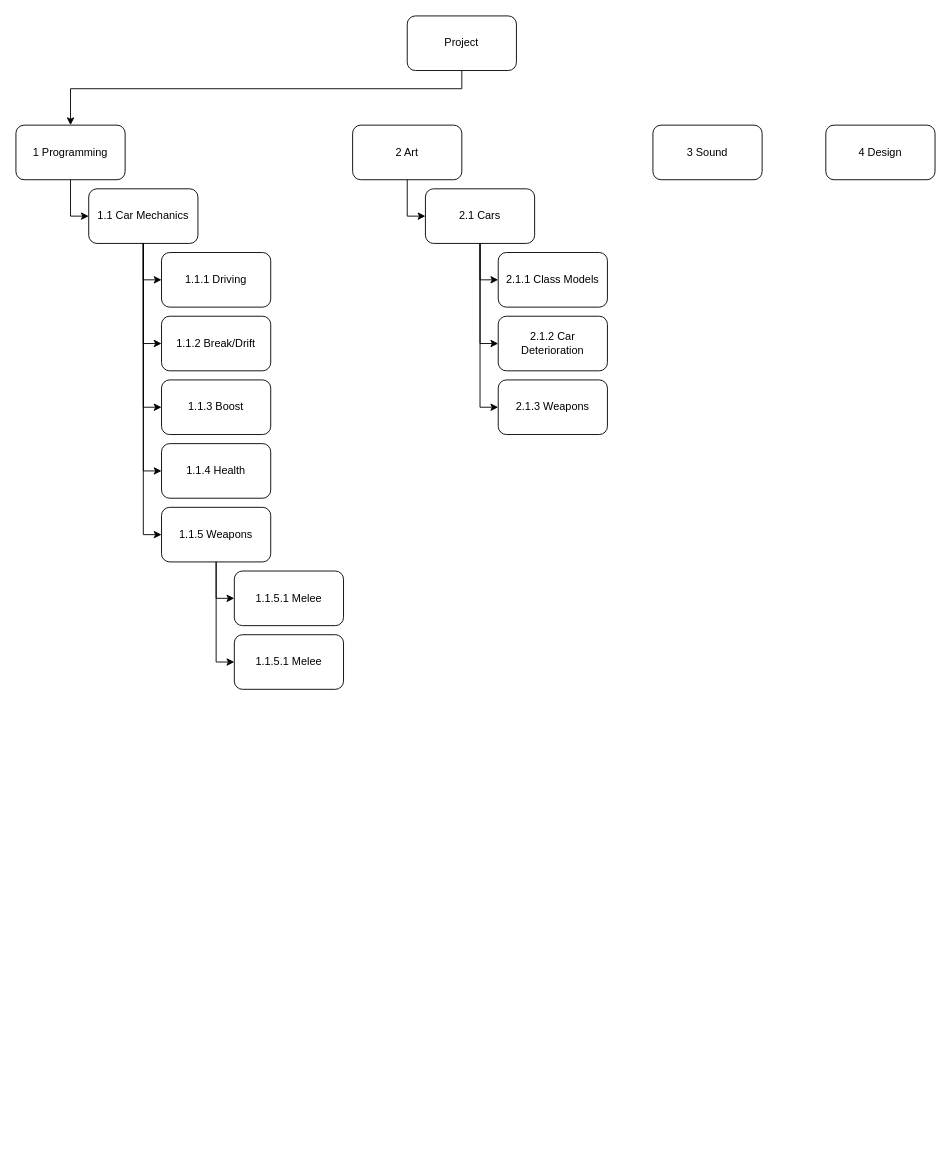
This is carprojWBS.drawio from Nat0T98/CarSurvivors, a draw.io file, before an edit. Source tidied: cells renumbered, new cells numbered last; positions are measured from the earlier drawing's top-left corner, leaving out a move shared by most shapes. Both pictures are drawn from the tidied source at 91%, with x=0, y=0 at pixel (15, 15).
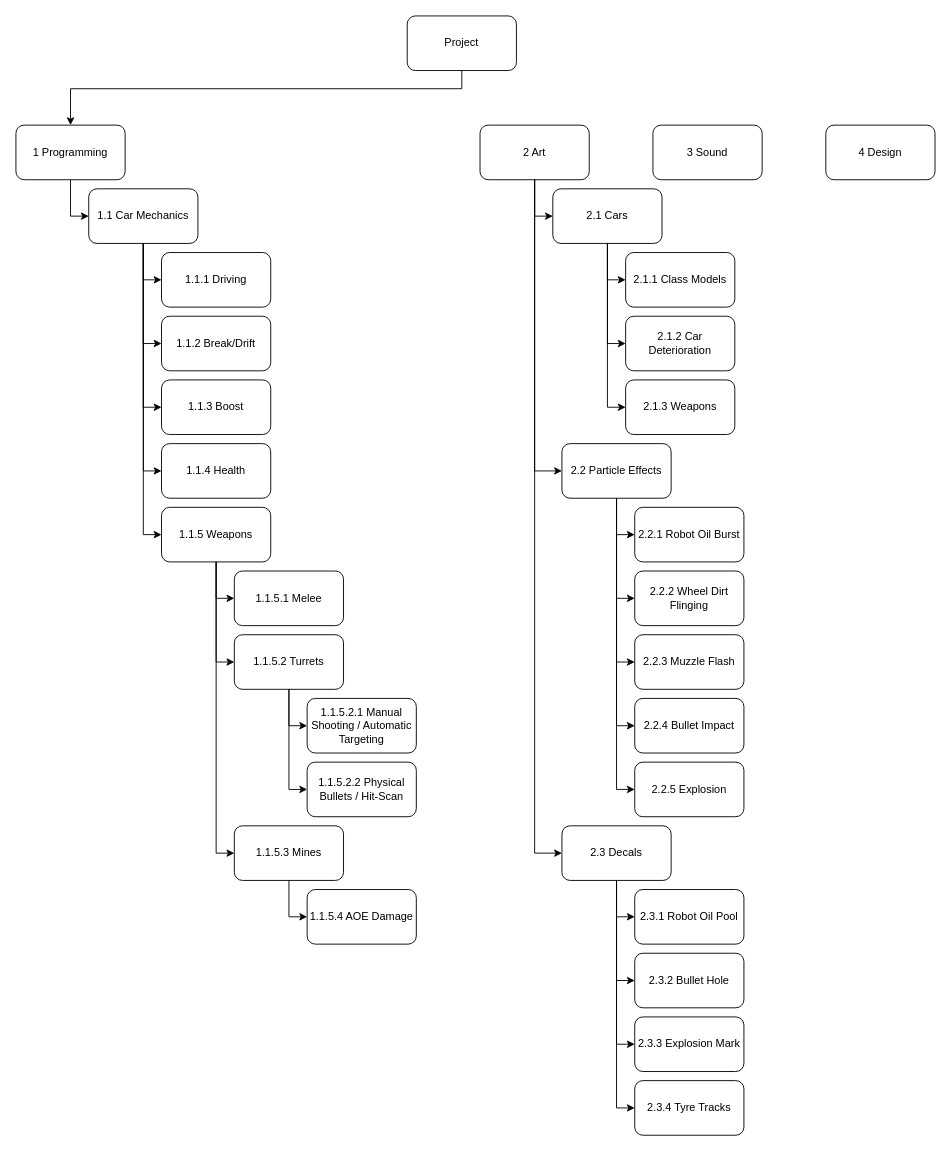
The same page after the edit.

The change refers to these unchanged cells:
```xml
<mxCell id="19" value="1.1.5 Weapons" style="rounded=1;whiteSpace=wrap;html=1;" parent="1" vertex="1">
  <mxGeometry x="160" y="540" width="120" height="60" as="geometry" />
</mxCell>
```

The edit, as a diff of the source:
```diff
@@
     <mxCell id="4" value="2 Art" style="rounded=1;whiteSpace=wrap;html=1;" parent="1" vertex="1">
-      <mxGeometry x="370" y="120" width="120" height="60" as="geometry" />
+      <mxGeometry x="510" y="120" width="120" height="60" as="geometry" />
     </mxCell>
@@
-    <mxCell id="23" value="1.1.5.1 Melee" style="rounded=1;whiteSpace=wrap;html=1;" parent="1" vertex="1">
+    <mxCell id="23" value="1.1.5.2 Turrets" style="rounded=1;whiteSpace=wrap;html=1;" parent="1" vertex="1">
       <mxGeometry x="240" y="680" width="120" height="60" as="geometry" />
     </mxCell>
@@
     <mxCell id="25" value="2.1 Cars" style="rounded=1;whiteSpace=wrap;html=1;" parent="1" vertex="1">
-      <mxGeometry x="450" y="190" width="120" height="60" as="geometry" />
+      <mxGeometry x="590" y="190" width="120" height="60" as="geometry" />
     </mxCell>
@@
     <mxCell id="27" value="2.1.1 Class Models" style="rounded=1;whiteSpace=wrap;html=1;" parent="1" vertex="1">
-      <mxGeometry x="530" y="260" width="120" height="60" as="geometry" />
+      <mxGeometry x="670" y="260" width="120" height="60" as="geometry" />
     </mxCell>
@@
     <mxCell id="29" value="2.1.2 Car Deterioration" style="rounded=1;whiteSpace=wrap;html=1;" parent="1" vertex="1">
-      <mxGeometry x="530" y="330" width="120" height="60" as="geometry" />
+      <mxGeometry x="670" y="330" width="120" height="60" as="geometry" />
     </mxCell>
@@
     <mxCell id="31" value="2.1.3 Weapons" style="rounded=1;whiteSpace=wrap;html=1;" parent="1" vertex="1">
-      <mxGeometry x="530" y="400" width="120" height="60" as="geometry" />
+      <mxGeometry x="670" y="400" width="120" height="60" as="geometry" />
     </mxCell>
+    <mxCell id="32" style="edgeStyle=orthogonalEdgeStyle;rounded=0;jettySize=auto;html=1;entryX=0;entryY=0.5;entryDx=0;entryDy=0;exitX=0.5;exitY=1;exitDx=0;exitDy=0;" parent="1" edge="1" source="23" target="33">
+      <mxGeometry relative="1" as="geometry" />
+    </mxCell>
+    <mxCell id="33" value="1.1.5.2.1 Manual Shooting / Automatic Targeting" style="rounded=1;whiteSpace=wrap;html=1;" parent="1" vertex="1">
+      <mxGeometry x="320" y="750" width="120" height="60" as="geometry" />
+    </mxCell>
+    <mxCell id="34" style="edgeStyle=orthogonalEdgeStyle;rounded=0;jettySize=auto;html=1;entryX=0;entryY=0.5;entryDx=0;entryDy=0;exitX=0.5;exitY=1;exitDx=0;exitDy=0;" parent="1" edge="1" source="23" target="35">
+      <mxGeometry relative="1" as="geometry" />
+    </mxCell>
+    <mxCell id="35" value="1.1.5.2.2 Physical Bullets / Hit-Scan" style="rounded=1;whiteSpace=wrap;html=1;" parent="1" vertex="1">
+      <mxGeometry x="320" y="820" width="120" height="60" as="geometry" />
+    </mxCell>
+    <mxCell id="36" style="edgeStyle=orthogonalEdgeStyle;rounded=0;jettySize=auto;html=1;entryX=0;entryY=0.5;entryDx=0;entryDy=0;exitX=0.5;exitY=1;exitDx=0;exitDy=0;" parent="1" edge="1" source="19" target="37">
+      <mxGeometry relative="1" as="geometry" />
+    </mxCell>
+    <mxCell id="37" value="1.1.5.3 Mines" style="rounded=1;whiteSpace=wrap;html=1;" parent="1" vertex="1">
+      <mxGeometry x="240" y="890" width="120" height="60" as="geometry" />
+    </mxCell>
+    <mxCell id="38" style="edgeStyle=orthogonalEdgeStyle;rounded=0;jettySize=auto;html=1;entryX=0;entryY=0.5;entryDx=0;entryDy=0;exitX=0.5;exitY=1;exitDx=0;exitDy=0;" parent="1" edge="1" source="37" target="39">
+      <mxGeometry relative="1" as="geometry" />
+    </mxCell>
+    <mxCell id="39" value="1.1.5.4 AOE Damage" style="rounded=1;whiteSpace=wrap;html=1;" parent="1" vertex="1">
+      <mxGeometry x="320" y="960" width="120" height="60" as="geometry" />
+    </mxCell>
+    <mxCell id="40" style="edgeStyle=orthogonalEdgeStyle;rounded=0;jettySize=auto;html=1;entryX=0;entryY=0.5;entryDx=0;entryDy=0;exitX=0.5;exitY=1;exitDx=0;exitDy=0;" parent="1" edge="1" source="4" target="41">
+      <mxGeometry relative="1" as="geometry" />
+    </mxCell>
+    <mxCell id="41" value="2.2 Particle Effects" style="rounded=1;whiteSpace=wrap;html=1;" parent="1" vertex="1">
+      <mxGeometry x="600" y="470" width="120" height="60" as="geometry" />
+    </mxCell>
+    <mxCell id="42" style="edgeStyle=orthogonalEdgeStyle;rounded=0;jettySize=auto;html=1;entryX=0;entryY=0.5;entryDx=0;entryDy=0;exitX=0.5;exitY=1;exitDx=0;exitDy=0;" parent="1" edge="1" source="41" target="43">
+      <mxGeometry relative="1" as="geometry" />
+    </mxCell>
+    <mxCell id="43" value="2.2.1 Robot Oil Burst" style="rounded=1;whiteSpace=wrap;html=1;" parent="1" vertex="1">
+      <mxGeometry x="680" y="540" width="120" height="60" as="geometry" />
+    </mxCell>
+    <mxCell id="44" style="edgeStyle=orthogonalEdgeStyle;rounded=0;jettySize=auto;html=1;entryX=0;entryY=0.5;entryDx=0;entryDy=0;exitX=0.5;exitY=1;exitDx=0;exitDy=0;" parent="1" edge="1" source="41" target="45">
+      <mxGeometry relative="1" as="geometry" />
+    </mxCell>
+    <mxCell id="45" value="2.2.2 Wheel Dirt Flinging" style="rounded=1;whiteSpace=wrap;html=1;" parent="1" vertex="1">
+      <mxGeometry x="680" y="610" width="120" height="60" as="geometry" />
+    </mxCell>
+    <mxCell id="46" style="edgeStyle=orthogonalEdgeStyle;rounded=0;jettySize=auto;html=1;entryX=0;entryY=0.5;entryDx=0;entryDy=0;exitX=0.5;exitY=1;exitDx=0;exitDy=0;" parent="1" edge="1" source="41" target="47">
+      <mxGeometry relative="1" as="geometry" />
+    </mxCell>
+    <mxCell id="47" value="2.2.3 Muzzle Flash" style="rounded=1;whiteSpace=wrap;html=1;" parent="1" vertex="1">
+      <mxGeometry x="680" y="680" width="120" height="60" as="geometry" />
+    </mxCell>
+    <mxCell id="48" style="edgeStyle=orthogonalEdgeStyle;rounded=0;jettySize=auto;html=1;entryX=0;entryY=0.5;entryDx=0;entryDy=0;exitX=0.5;exitY=1;exitDx=0;exitDy=0;" parent="1" edge="1" source="41" target="49">
+      <mxGeometry relative="1" as="geometry" />
+    </mxCell>
+    <mxCell id="49" value="2.2.4 Bullet Impact" style="rounded=1;whiteSpace=wrap;html=1;" parent="1" vertex="1">
+      <mxGeometry x="680" y="750" width="120" height="60" as="geometry" />
+    </mxCell>
+    <mxCell id="50" style="edgeStyle=orthogonalEdgeStyle;rounded=0;jettySize=auto;html=1;entryX=0;entryY=0.5;entryDx=0;entryDy=0;exitX=0.5;exitY=1;exitDx=0;exitDy=0;" parent="1" edge="1" source="41" target="51">
+      <mxGeometry relative="1" as="geometry" />
+    </mxCell>
+    <mxCell id="51" value="2.2.5 Explosion" style="rounded=1;whiteSpace=wrap;html=1;" parent="1" vertex="1">
+      <mxGeometry x="680" y="820" width="120" height="60" as="geometry" />
+    </mxCell>
+    <mxCell id="52" style="edgeStyle=orthogonalEdgeStyle;rounded=0;jettySize=auto;html=1;entryX=0;entryY=0.5;entryDx=0;entryDy=0;exitX=0.5;exitY=1;exitDx=0;exitDy=0;" parent="1" edge="1" source="4" target="53">
+      <mxGeometry relative="1" as="geometry" />
+    </mxCell>
+    <mxCell id="53" value="2.3 Decals" style="rounded=1;whiteSpace=wrap;html=1;" parent="1" vertex="1">
+      <mxGeometry x="600" y="890" width="120" height="60" as="geometry" />
+    </mxCell>
+    <mxCell id="54" style="edgeStyle=orthogonalEdgeStyle;rounded=0;jettySize=auto;html=1;entryX=0;entryY=0.5;entryDx=0;entryDy=0;exitX=0.5;exitY=1;exitDx=0;exitDy=0;" parent="1" edge="1" source="53" target="55">
+      <mxGeometry relative="1" as="geometry" />
+    </mxCell>
+    <mxCell id="55" value="2.3.1 Robot Oil Pool" style="rounded=1;whiteSpace=wrap;html=1;" parent="1" vertex="1">
+      <mxGeometry x="680" y="960" width="120" height="60" as="geometry" />
+    </mxCell>
+    <mxCell id="56" style="edgeStyle=orthogonalEdgeStyle;rounded=0;jettySize=auto;html=1;entryX=0;entryY=0.5;entryDx=0;entryDy=0;exitX=0.5;exitY=1;exitDx=0;exitDy=0;" parent="1" edge="1" source="53" target="57">
+      <mxGeometry relative="1" as="geometry" />
+    </mxCell>
+    <mxCell id="57" value="2.3.2 Bullet Hole" style="rounded=1;whiteSpace=wrap;html=1;" parent="1" vertex="1">
+      <mxGeometry x="680" y="1030" width="120" height="60" as="geometry" />
+    </mxCell>
+    <mxCell id="58" style="edgeStyle=orthogonalEdgeStyle;rounded=0;jettySize=auto;html=1;entryX=0;entryY=0.5;entryDx=0;entryDy=0;exitX=0.5;exitY=1;exitDx=0;exitDy=0;" parent="1" edge="1" source="53" target="59">
+      <mxGeometry relative="1" as="geometry" />
+    </mxCell>
+    <mxCell id="59" value="2.3.3 Explosion Mark" style="rounded=1;whiteSpace=wrap;html=1;" parent="1" vertex="1">
+      <mxGeometry x="680" y="1100" width="120" height="60" as="geometry" />
+    </mxCell>
+    <mxCell id="60" style="edgeStyle=orthogonalEdgeStyle;rounded=0;jettySize=auto;html=1;entryX=0;entryY=0.5;entryDx=0;entryDy=0;exitX=0.5;exitY=1;exitDx=0;exitDy=0;" parent="1" edge="1" source="53" target="61">
+      <mxGeometry relative="1" as="geometry" />
+    </mxCell>
+    <mxCell id="61" value="2.3.4 Tyre Tracks" style="rounded=1;whiteSpace=wrap;html=1;" parent="1" vertex="1">
+      <mxGeometry x="680" y="1170" width="120" height="60" as="geometry" />
+    </mxCell>
```
